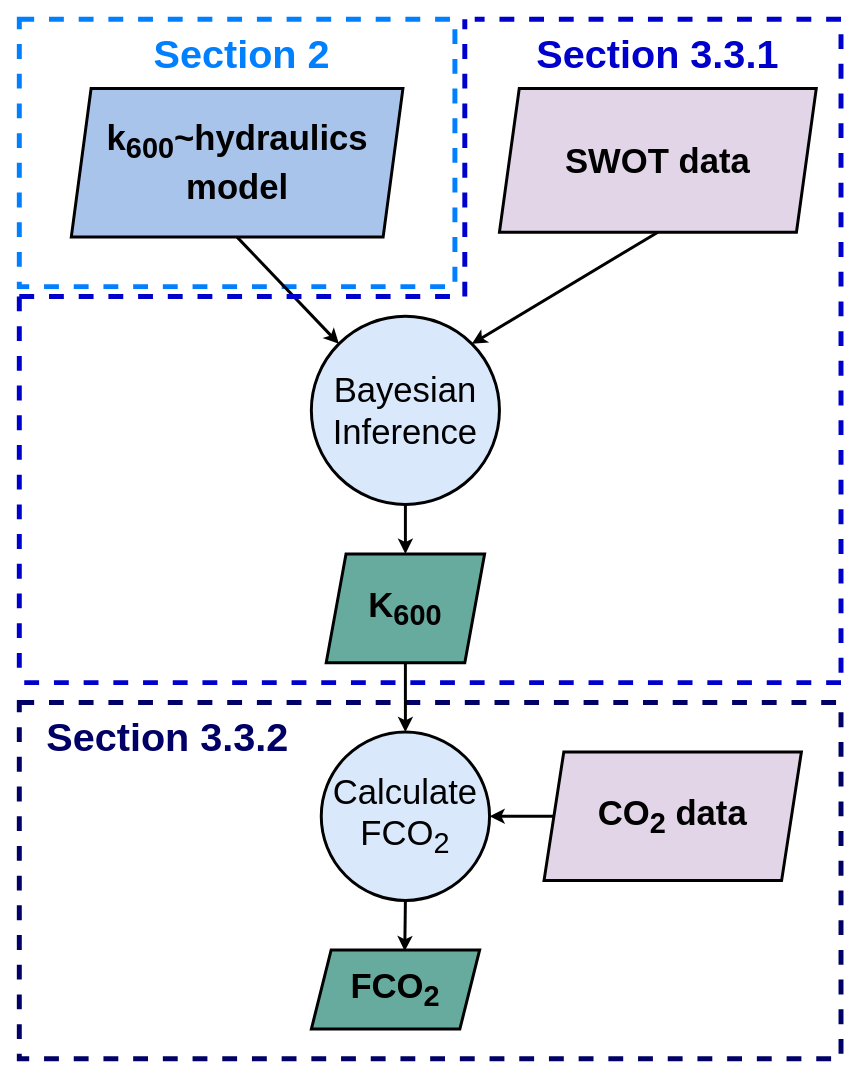
The draw.io diagram cache/flowchart_2.drawio in craigbrinkerhoff/RSK600, before the edit. Source tidied: cells renumbered, new cells numbered last; positions are measured from the earlier drawing's top-left corner, leaving out a move shared by most shapes. Both pictures are drawn from the tidied source at 99%, with x=0, y=0 at pixel (19, 19).
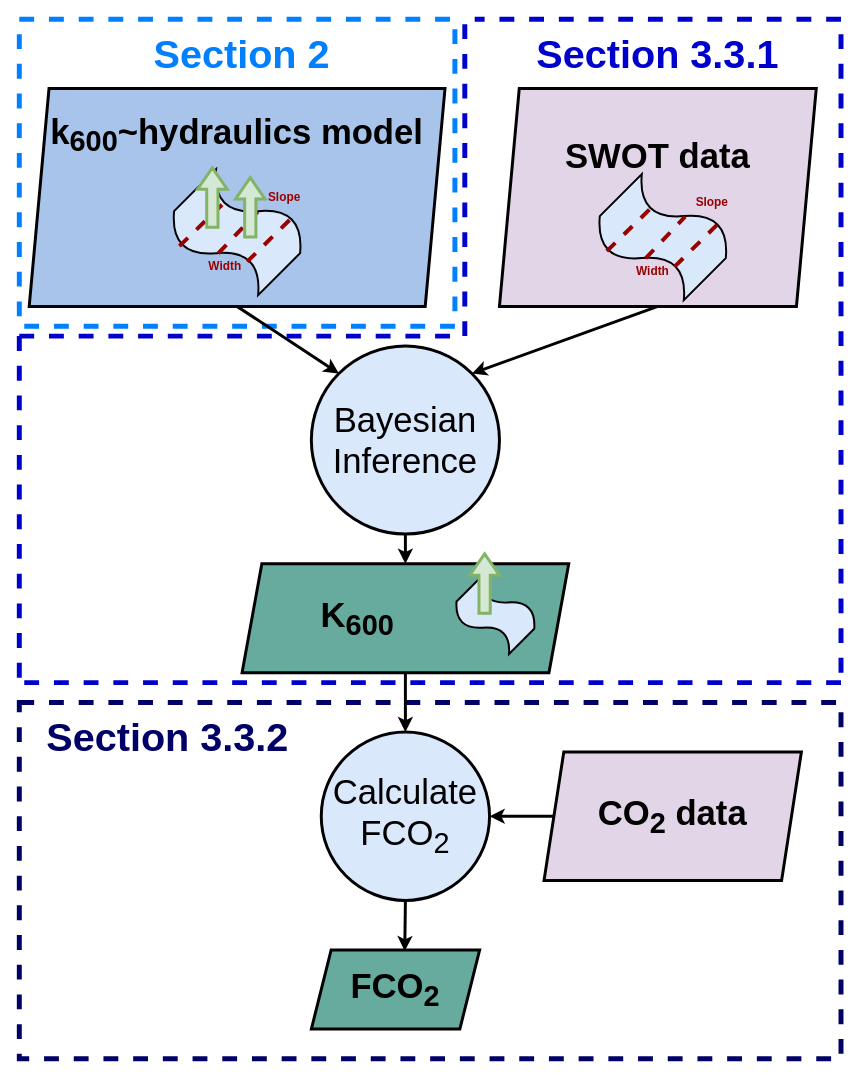
The same page after the edit.

Change to the diagram source:
```diff
@@
+    <mxCell id="3" style="rounded=0;whiteSpace=wrap;html=1;fontSize=35;fillColor=none;dashed=1;strokeWidth=5;strokeColor=#007FFF;" parent="1" vertex="1">
+      <mxGeometry width="440" height="310" as="geometry" />
+    </mxCell>
@@
-    <mxCell id="3" style="rounded=0;whiteSpace=wrap;html=1;fontSize=35;fillColor=none;dashed=1;strokeWidth=5;strokeColor=#007FFF;" parent="1" vertex="1">
-      <mxGeometry width="440" height="270" as="geometry" />
-    </mxCell>
@@
-    <mxCell id="5" value="&lt;b&gt;&lt;font style=&quot;font-size: 35px&quot;&gt;SWOT data&lt;/font&gt;&lt;/b&gt;" style="shape=parallelogram;perimeter=parallelogramPerimeter;whiteSpace=wrap;html=1;fixedSize=1;fillColor=#e1d5e7;strokeWidth=3;" parent="1" vertex="1">
-      <mxGeometry x="485" y="70" width="320" height="145" as="geometry" />
+    <mxCell id="5" value="&lt;b&gt;&lt;font style=&quot;font-size: 35px&quot;&gt;SWOT data&lt;br&gt;&lt;br&gt;&lt;br&gt;&lt;/font&gt;&lt;/b&gt;" style="shape=parallelogram;perimeter=parallelogramPerimeter;whiteSpace=wrap;html=1;fixedSize=1;fillColor=#e1d5e7;strokeWidth=3;" parent="1" vertex="1">
+      <mxGeometry x="485" y="70" width="320" height="220" as="geometry" />
     </mxCell>
     <mxCell id="6" value="&lt;font style=&quot;font-size: 35px&quot;&gt;Bayesian Inference&lt;/font&gt;" style="ellipse;whiteSpace=wrap;html=1;strokeWidth=3;fillColor=#dae8fc;" parent="1" vertex="1">
-      <mxGeometry x="295" y="300" width="190" height="190" as="geometry" />
+      <mxGeometry x="295" y="330" width="190" height="190" as="geometry" />
     </mxCell>
@@
-    <mxCell id="8" value="&lt;b&gt;&lt;font style=&quot;font-size: 35px&quot;&gt;K&lt;sub&gt;600&lt;/sub&gt;&lt;/font&gt;&lt;/b&gt;" style="shape=parallelogram;perimeter=parallelogramPerimeter;whiteSpace=wrap;html=1;fixedSize=1;strokeWidth=3;fillColor=#67AB9F;" parent="1" vertex="1">
-      <mxGeometry x="310" y="540" width="160" height="110" as="geometry" />
+    <mxCell id="8" value="&lt;b&gt;&lt;font style=&quot;font-size: 35px&quot;&gt;&lt;span style=&quot;white-space: pre&quot;&gt;&#9;&lt;/span&gt;K&lt;sub&gt;600&lt;/sub&gt;&lt;/font&gt;&lt;/b&gt;" style="shape=parallelogram;perimeter=parallelogramPerimeter;whiteSpace=wrap;html=1;fixedSize=1;strokeWidth=3;fillColor=#67AB9F;align=left;" parent="1" vertex="1">
+      <mxGeometry x="225" y="550" width="330" height="110" as="geometry" />
     </mxCell>
@@
-    <mxCell id="14" value="&lt;span style=&quot;font-size: 35px&quot;&gt;&lt;b&gt;k&lt;sub&gt;600&lt;/sub&gt;~hydraulics&lt;br&gt;model&lt;/b&gt;&lt;/span&gt;" style="shape=parallelogram;perimeter=parallelogramPerimeter;whiteSpace=wrap;html=1;fixedSize=1;strokeWidth=3;fillColor=#A9C4EB;" parent="1" vertex="1">
-      <mxGeometry x="52.5" y="70" width="335" height="150" as="geometry" />
+    <mxCell id="14" value="&lt;span style=&quot;font-size: 35px&quot;&gt;&lt;b&gt;k&lt;sub&gt;600&lt;/sub&gt;~hydraulics model&lt;br&gt;&lt;br&gt;&lt;br&gt;&lt;br&gt;&lt;/b&gt;&lt;/span&gt;" style="shape=parallelogram;perimeter=parallelogramPerimeter;whiteSpace=wrap;html=1;fixedSize=1;strokeWidth=3;fillColor=#A9C4EB;" parent="1" vertex="1">
+      <mxGeometry x="10" y="70" width="420" height="220" as="geometry" />
     </mxCell>
@@
     <mxCell id="20" style="endArrow=none;html=1;rounded=0;dashed=1;strokeWidth=5;strokeColor=#0000CC;" parent="1" edge="1">
       <mxGeometry relative="1" as="geometry">
-        <mxPoint y="280" as="sourcePoint" />
+        <mxPoint y="320" as="sourcePoint" />
         <mxPoint y="670" as="targetPoint" />
       </mxGeometry>
     </mxCell>
-    <mxCell id="21" style="endArrow=none;html=1;rounded=0;dashed=1;strokeWidth=5;strokeColor=#0000CC;" parent="1" edge="1">
+    <mxCell id="21" style="endArrow=none;html=1;rounded=0;dashed=1;strokeWidth=5;strokeColor=#0000CC;startArrow=none;" parent="1" edge="1">
       <mxGeometry relative="1" as="geometry">
-        <mxPoint y="280" as="sourcePoint" />
-        <mxPoint x="450" y="280" as="targetPoint" />
+        <mxPoint y="320" as="sourcePoint" />
+        <mxPoint x="450" y="320" as="targetPoint" />
       </mxGeometry>
     </mxCell>
     <mxCell id="22" style="endArrow=none;html=1;rounded=0;dashed=1;strokeWidth=5;strokeColor=#0000CC;" parent="1" edge="1">
       <mxGeometry relative="1" as="geometry">
-        <mxPoint x="450" y="280" as="sourcePoint" />
+        <mxPoint x="450" y="320" as="sourcePoint" />
         <mxPoint x="450" as="targetPoint" />
       </mxGeometry>
     </mxCell>
@@
+    <mxCell id="26" style="shape=tape;whiteSpace=wrap;html=1;fillColor=#dae8fc;strokeColor=#000000;strokeWidth=2;rotation=45;" parent="1" vertex="1">
+      <mxGeometry x="590" y="170" width="120" height="100" as="geometry" />
+    </mxCell>
+    <mxCell id="27" style="endArrow=none;dashed=1;html=1;rounded=0;strokeWidth=4;entryX=0.257;entryY=0.381;entryDx=0;entryDy=0;entryPerimeter=0;exitX=0.25;exitY=1;exitDx=0;exitDy=0;exitPerimeter=0;strokeColor=#990000;" parent="1" edge="1" source="26" target="26">
+      <mxGeometry relative="1" as="geometry" />
+    </mxCell>
+    <mxCell id="28" style="endArrow=none;dashed=1;html=1;rounded=0;strokeWidth=4;entryX=0.511;entryY=0.194;entryDx=0;entryDy=0;entryPerimeter=0;exitX=0.524;exitY=0.775;exitDx=0;exitDy=0;exitPerimeter=0;strokeColor=#990000;" parent="1" edge="1" source="26" target="26">
+      <mxGeometry relative="1" as="geometry" />
+    </mxCell>
+    <mxCell id="29" style="endArrow=none;dashed=1;html=1;rounded=0;strokeWidth=4;entryX=0.75;entryY=0;entryDx=0;entryDy=0;entryPerimeter=0;exitX=0.746;exitY=0.626;exitDx=0;exitDy=0;exitPerimeter=0;strokeColor=#990000;" parent="1" edge="1" source="26" target="26">
+      <mxGeometry relative="1" as="geometry" />
+    </mxCell>
+    <mxCell id="30" value="&lt;b&gt;&lt;font color=&quot;#990000&quot;&gt;Width&lt;/font&gt;&lt;/b&gt;" style="text;html=1;strokeColor=none;fillColor=none;align=center;verticalAlign=middle;whiteSpace=wrap;rounded=0;" parent="1" vertex="1">
+      <mxGeometry x="620" y="240" width="40" height="30" as="geometry" />
+    </mxCell>
+    <mxCell id="31" value="&lt;b&gt;&lt;font color=&quot;#990000&quot;&gt;Slope&lt;/font&gt;&lt;/b&gt;" style="text;html=1;strokeColor=none;fillColor=none;align=center;verticalAlign=middle;whiteSpace=wrap;rounded=0;" parent="1" vertex="1">
+      <mxGeometry x="680" y="170" width="40" height="30" as="geometry" />
+    </mxCell>
+    <mxCell id="32" style="shape=tape;whiteSpace=wrap;html=1;fillColor=#dae8fc;strokeColor=#000000;strokeWidth=2;rotation=45;" parent="1" vertex="1">
+      <mxGeometry x="160" y="165" width="120" height="100" as="geometry" />
+    </mxCell>
+    <mxCell id="33" style="endArrow=none;dashed=1;html=1;rounded=0;strokeWidth=4;entryX=0.257;entryY=0.381;entryDx=0;entryDy=0;entryPerimeter=0;exitX=0.25;exitY=1;exitDx=0;exitDy=0;exitPerimeter=0;strokeColor=#990000;" parent="1" edge="1">
+      <mxGeometry relative="1" as="geometry">
+        <mxPoint x="161.7" y="229.1" as="sourcePoint" />
+        <mxPoint x="206.1" y="186" as="targetPoint" />
+      </mxGeometry>
+    </mxCell>
+    <mxCell id="34" style="endArrow=none;dashed=1;html=1;rounded=0;strokeWidth=4;entryX=0.511;entryY=0.194;entryDx=0;entryDy=0;entryPerimeter=0;exitX=0.524;exitY=0.775;exitDx=0;exitDy=0;exitPerimeter=0;strokeColor=#990000;" parent="1" edge="1">
+      <mxGeometry relative="1" as="geometry">
+        <mxPoint x="200.9" y="236.5" as="sourcePoint" />
+        <mxPoint x="240.9" y="194.3" as="targetPoint" />
+      </mxGeometry>
+    </mxCell>
+    <mxCell id="35" style="endArrow=none;dashed=1;html=1;rounded=0;strokeWidth=4;entryX=0.75;entryY=0;entryDx=0;entryDy=0;entryPerimeter=0;exitX=0.746;exitY=0.626;exitDx=0;exitDy=0;exitPerimeter=0;strokeColor=#990000;" parent="1" edge="1">
+      <mxGeometry relative="1" as="geometry">
+        <mxPoint x="230.2" y="244.8" as="sourcePoint" />
+        <mxPoint x="274.8" y="200.9" as="targetPoint" />
+      </mxGeometry>
+    </mxCell>
+    <mxCell id="36" value="&lt;b&gt;&lt;font color=&quot;#990000&quot;&gt;Width&lt;/font&gt;&lt;/b&gt;" style="text;html=1;strokeColor=none;fillColor=none;align=center;verticalAlign=middle;whiteSpace=wrap;rounded=0;" parent="1" vertex="1">
+      <mxGeometry x="188.3" y="235" width="40" height="30" as="geometry" />
+    </mxCell>
+    <mxCell id="37" value="&lt;b&gt;&lt;font color=&quot;#990000&quot;&gt;Slope&lt;/font&gt;&lt;/b&gt;" style="text;html=1;strokeColor=none;fillColor=none;align=center;verticalAlign=middle;whiteSpace=wrap;rounded=0;" parent="1" vertex="1">
+      <mxGeometry x="248.3" y="165" width="40" height="30" as="geometry" />
+    </mxCell>
+    <mxCell id="38" style="html=1;shadow=0;dashed=0;align=center;verticalAlign=middle;shape=mxgraph.arrows2.arrow;dy=0.62;dx=21.56;direction=north;notch=0;strokeColor=#82b366;strokeWidth=3;fillColor=#d5e8d4;" parent="1" vertex="1">
+      <mxGeometry x="218.3" y="160" width="30" height="60" as="geometry" />
+    </mxCell>
+    <mxCell id="39" style="html=1;shadow=0;dashed=0;align=center;verticalAlign=middle;shape=mxgraph.arrows2.arrow;dy=0.62;dx=21.56;direction=north;notch=0;strokeColor=#82b366;strokeWidth=3;fillColor=#d5e8d4;" parent="1" vertex="1">
+      <mxGeometry x="180" y="150" width="30" height="60" as="geometry" />
+    </mxCell>
+    <mxCell id="40" style="shape=tape;whiteSpace=wrap;html=1;fillColor=#dae8fc;strokeColor=#000000;strokeWidth=2;rotation=45;" parent="1" vertex="1">
+      <mxGeometry x="443.4" y="571.8" width="75" height="60" as="geometry" />
+    </mxCell>
+    <mxCell id="41" style="html=1;shadow=0;dashed=0;align=center;verticalAlign=middle;shape=mxgraph.arrows2.arrow;dy=0.62;dx=21.56;direction=north;notch=0;strokeColor=#82b366;strokeWidth=3;fillColor=#d5e8d4;" parent="1" vertex="1">
+      <mxGeometry x="455" y="540" width="30" height="60" as="geometry" />
+    </mxCell>
```
